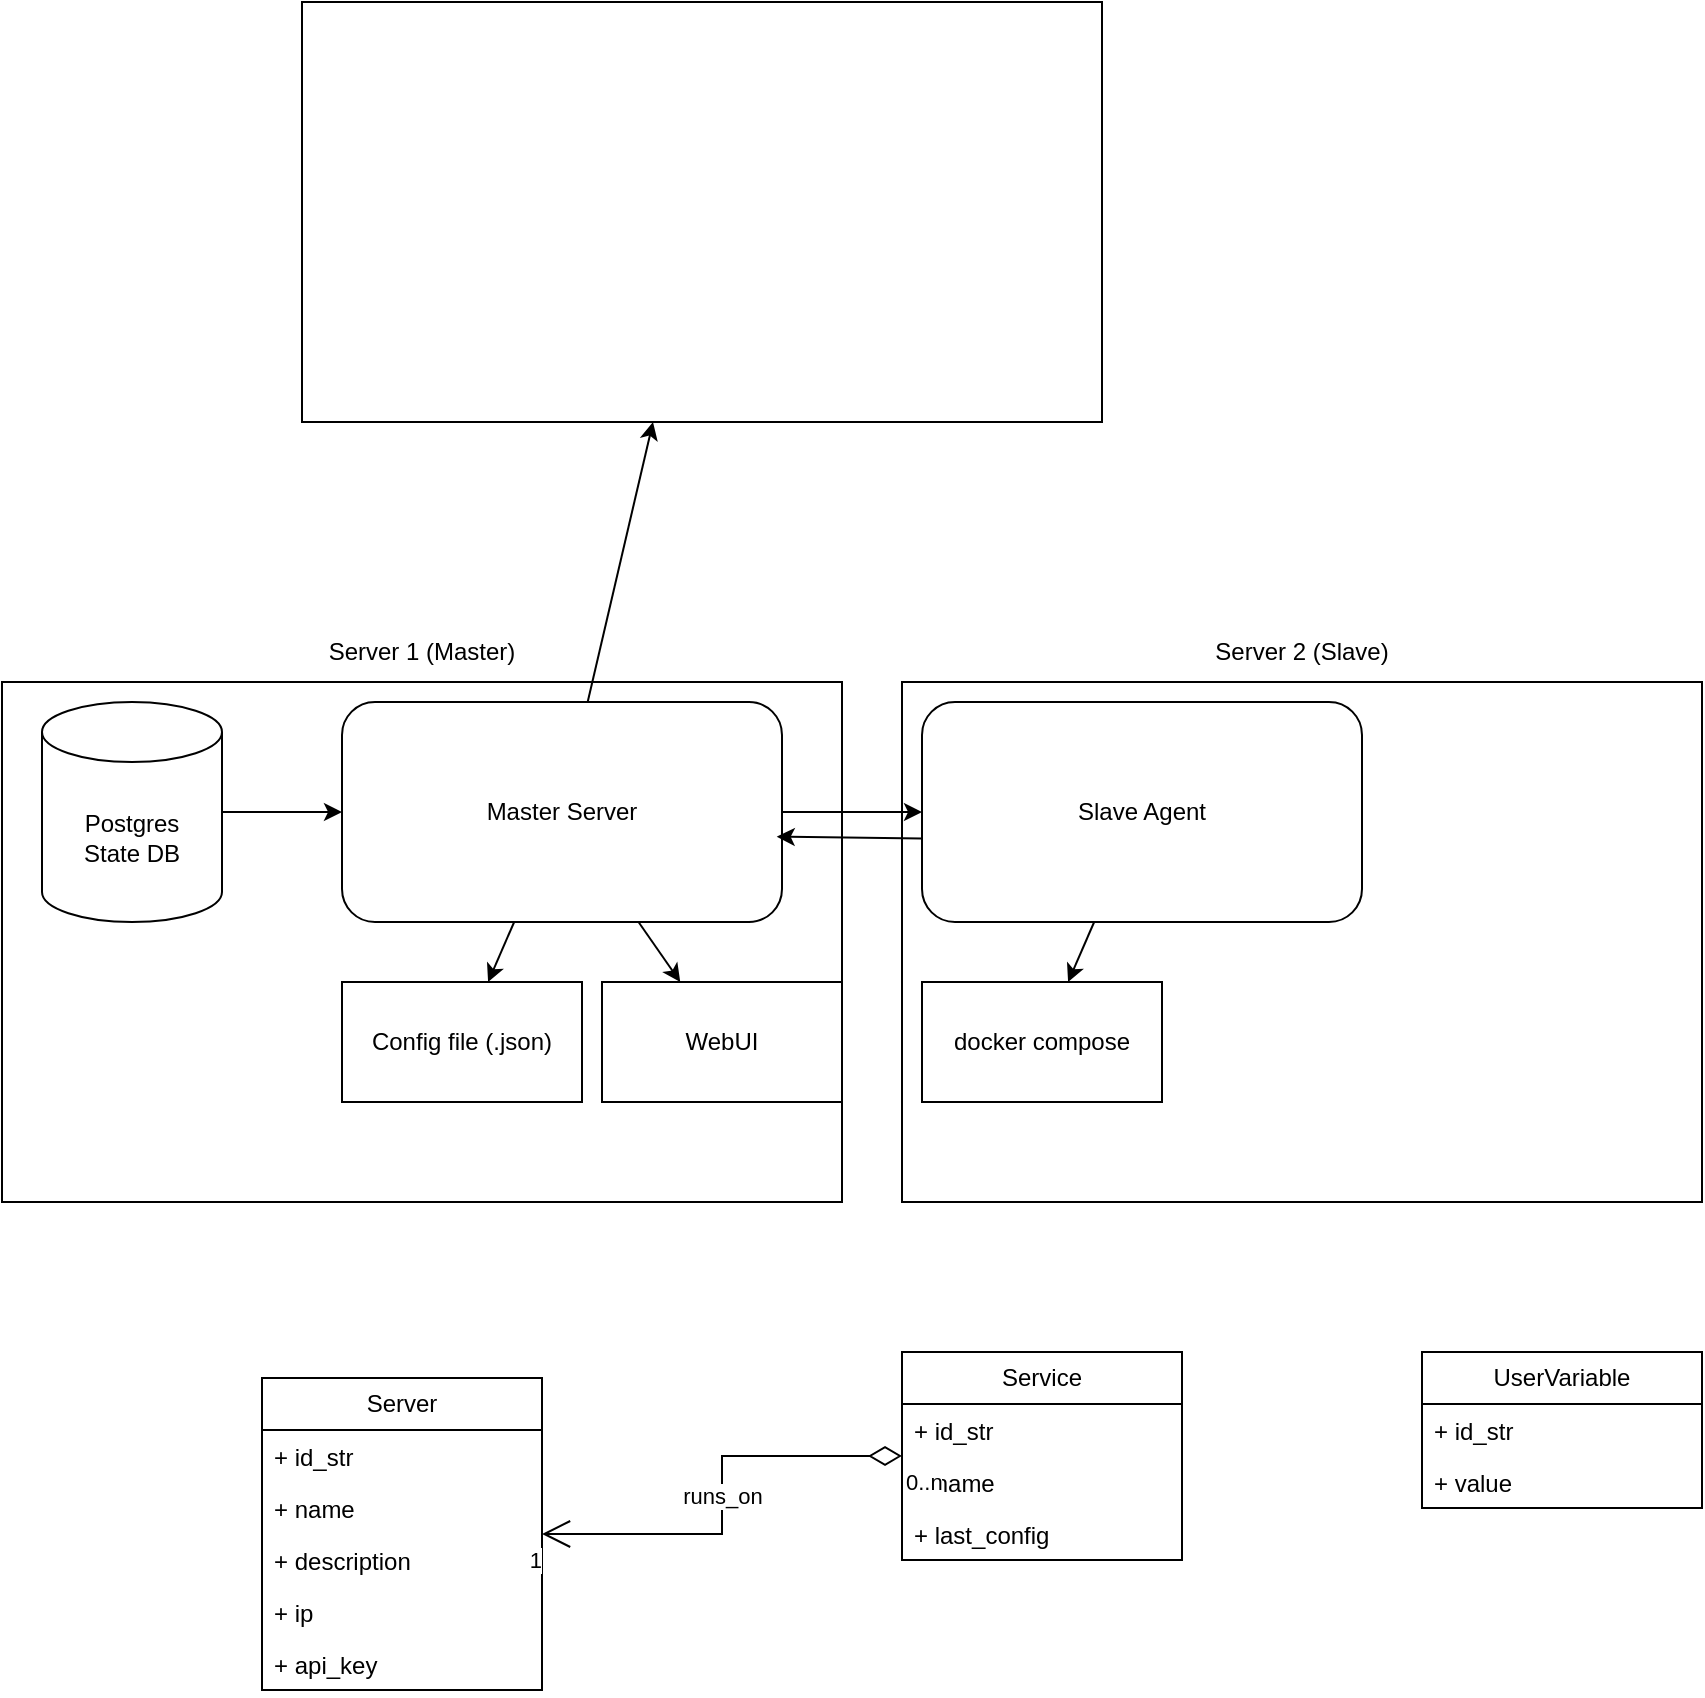
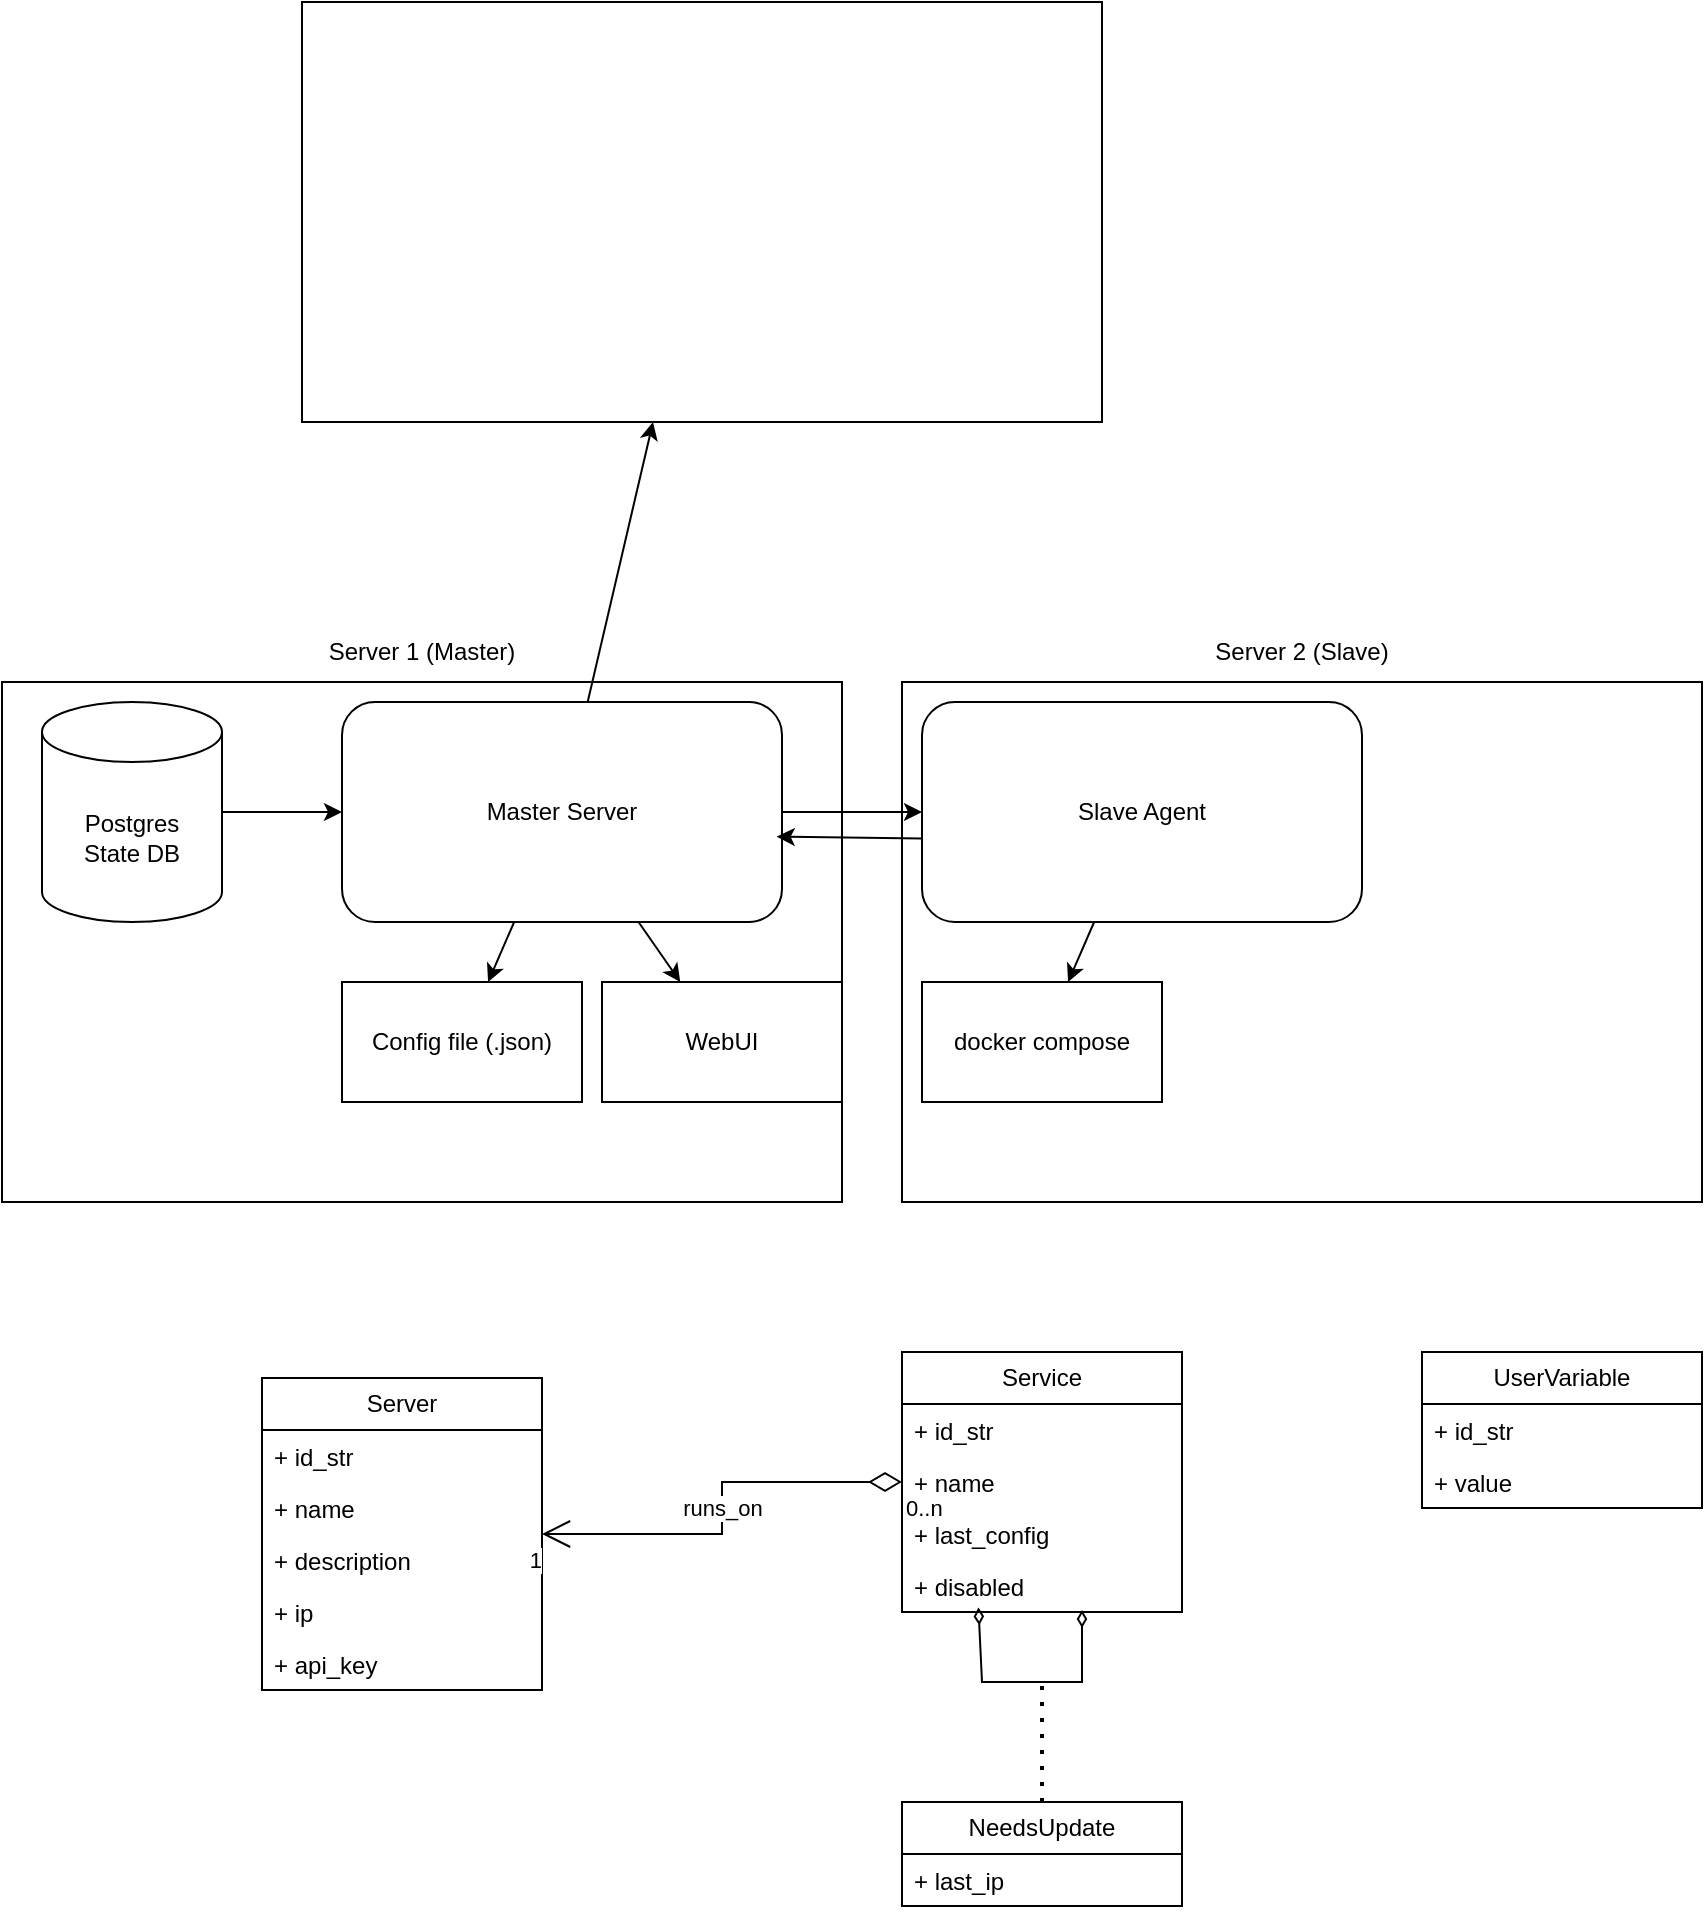
<mxfile host="Electron">
  <diagram name="Page-1" id="u04dbDLROSChQwQIIN78">
-     <mxGraphModel dx="1623" dy="1928" grid="1" gridSize="10" guides="1" tooltips="1" connect="1" arrows="1" fold="1" page="1" pageScale="1" pageWidth="850" pageHeight="1100" math="0" shadow="0">
+     <mxGraphModel dx="357" dy="1666" grid="1" gridSize="10" guides="1" tooltips="1" connect="1" arrows="1" fold="1" page="1" pageScale="1" pageWidth="850" pageHeight="1100" math="0" shadow="0">
      <root>
        <mxCell id="0" />
        <mxCell id="1" parent="0" />
        <mxCell id="9iV64V9ao0oustIcTG5U-1" parent="1" style="rounded=0;whiteSpace=wrap;html=1;" value="" vertex="1">
          <mxGeometry height="260" width="420" y="160" as="geometry" />
        </mxCell>
        <mxCell id="7rpz_S_4JCBHVgRM38Kg-1" parent="1" style="shape=cylinder3;whiteSpace=wrap;html=1;boundedLbl=1;backgroundOutline=1;size=15;" value="Postgres&lt;div&gt;State DB&lt;/div&gt;" vertex="1">
          <mxGeometry height="110" width="90" x="20" y="170" as="geometry" />
        </mxCell>
        <mxCell id="9iV64V9ao0oustIcTG5U-2" parent="1" style="text;html=1;whiteSpace=wrap;strokeColor=none;fillColor=none;align=center;verticalAlign=middle;rounded=0;" value="Server 1 (Master)" vertex="1">
          <mxGeometry height="30" width="420" y="130" as="geometry" />
        </mxCell>
        <mxCell id="9iV64V9ao0oustIcTG5U-3" edge="1" parent="1" source="9iV64V9ao0oustIcTG5U-4" style="endArrow=classic;html=1;rounded=0;" value="">
          <mxGeometry height="50" relative="1" width="50" as="geometry">
            <mxPoint x="140" y="240" as="sourcePoint" />
            <mxPoint x="219" y="226" as="targetPoint" />
          </mxGeometry>
        </mxCell>
        <mxCell id="9iV64V9ao0oustIcTG5U-5" edge="1" parent="1" source="7rpz_S_4JCBHVgRM38Kg-1" style="endArrow=classic;html=1;rounded=0;" target="9iV64V9ao0oustIcTG5U-4" value="">
          <mxGeometry height="50" relative="1" width="50" as="geometry">
            <mxPoint x="110" y="225" as="sourcePoint" />
            <mxPoint x="219" y="226" as="targetPoint" />
          </mxGeometry>
        </mxCell>
        <mxCell id="9iV64V9ao0oustIcTG5U-4" parent="1" style="rounded=1;whiteSpace=wrap;html=1;" value="Master Server" vertex="1">
          <mxGeometry height="110" width="220" x="170" y="170" as="geometry" />
        </mxCell>
        <mxCell id="9iV64V9ao0oustIcTG5U-8" parent="1" style="rounded=0;whiteSpace=wrap;html=1;" value="Config file (.json)" vertex="1">
          <mxGeometry height="60" width="120" x="170" y="310" as="geometry" />
        </mxCell>
        <mxCell id="9iV64V9ao0oustIcTG5U-9" edge="1" parent="1" source="9iV64V9ao0oustIcTG5U-4" style="endArrow=classic;html=1;rounded=0;" target="9iV64V9ao0oustIcTG5U-8" value="">
          <mxGeometry height="50" relative="1" width="50" as="geometry">
            <mxPoint x="230" y="240" as="sourcePoint" />
            <mxPoint x="280" y="190" as="targetPoint" />
          </mxGeometry>
        </mxCell>
        <mxCell id="9iV64V9ao0oustIcTG5U-10" parent="1" style="rounded=0;whiteSpace=wrap;html=1;" value="WebUI" vertex="1">
          <mxGeometry height="60" width="120" x="300" y="310" as="geometry" />
        </mxCell>
        <mxCell id="9iV64V9ao0oustIcTG5U-11" edge="1" parent="1" source="9iV64V9ao0oustIcTG5U-4" style="endArrow=classic;html=1;rounded=0;" target="9iV64V9ao0oustIcTG5U-10" value="">
          <mxGeometry height="50" relative="1" width="50" as="geometry">
            <mxPoint x="253" y="290" as="sourcePoint" />
            <mxPoint x="240" y="320" as="targetPoint" />
          </mxGeometry>
        </mxCell>
        <mxCell id="9iV64V9ao0oustIcTG5U-12" edge="1" parent="1" source="9iV64V9ao0oustIcTG5U-4" style="endArrow=classic;html=1;rounded=0;" target="9iV64V9ao0oustIcTG5U-13" value="">
          <mxGeometry height="50" relative="1" width="50" as="geometry">
            <mxPoint x="310" y="170" as="sourcePoint" />
            <mxPoint x="340" y="30" as="targetPoint" />
          </mxGeometry>
        </mxCell>
        <mxCell id="9iV64V9ao0oustIcTG5U-13" parent="1" style="rounded=0;whiteSpace=wrap;html=1;" value="" vertex="1">
          <mxGeometry height="210" width="400" x="150" y="-180" as="geometry" />
        </mxCell>
        <mxCell id="9iV64V9ao0oustIcTG5U-15" parent="1" style="swimlane;fontStyle=0;childLayout=stackLayout;horizontal=1;startSize=26;fillColor=none;horizontalStack=0;resizeParent=1;resizeParentMax=0;resizeLast=0;collapsible=1;marginBottom=0;whiteSpace=wrap;html=1;" value="Server" vertex="1">
          <mxGeometry height="156" width="140" x="130" y="508" as="geometry" />
        </mxCell>
        <mxCell id="9iV64V9ao0oustIcTG5U-16" parent="9iV64V9ao0oustIcTG5U-15" style="text;strokeColor=none;fillColor=none;align=left;verticalAlign=top;spacingLeft=4;spacingRight=4;overflow=hidden;rotatable=0;points=[[0,0.5],[1,0.5]];portConstraint=eastwest;whiteSpace=wrap;html=1;" value="+ id_str" vertex="1">
          <mxGeometry height="26" width="140" y="26" as="geometry" />
        </mxCell>
        <mxCell id="QAZGeB9ZXG2ebW3zgeek-1" parent="9iV64V9ao0oustIcTG5U-15" style="text;strokeColor=none;fillColor=none;align=left;verticalAlign=top;spacingLeft=4;spacingRight=4;overflow=hidden;rotatable=0;points=[[0,0.5],[1,0.5]];portConstraint=eastwest;whiteSpace=wrap;html=1;" value="+ name" vertex="1">
          <mxGeometry height="26" width="140" y="52" as="geometry" />
        </mxCell>
        <mxCell id="9iV64V9ao0oustIcTG5U-17" parent="9iV64V9ao0oustIcTG5U-15" style="text;strokeColor=none;fillColor=none;align=left;verticalAlign=top;spacingLeft=4;spacingRight=4;overflow=hidden;rotatable=0;points=[[0,0.5],[1,0.5]];portConstraint=eastwest;whiteSpace=wrap;html=1;" value="+ description" vertex="1">
          <mxGeometry height="26" width="140" y="78" as="geometry" />
        </mxCell>
        <mxCell id="9iV64V9ao0oustIcTG5U-48" parent="9iV64V9ao0oustIcTG5U-15" style="text;strokeColor=none;fillColor=none;align=left;verticalAlign=top;spacingLeft=4;spacingRight=4;overflow=hidden;rotatable=0;points=[[0,0.5],[1,0.5]];portConstraint=eastwest;whiteSpace=wrap;html=1;" value="+ ip" vertex="1">
          <mxGeometry height="26" width="140" y="104" as="geometry" />
        </mxCell>
        <mxCell id="zuQy0vujCF-uNrh0Xsyj-1" parent="9iV64V9ao0oustIcTG5U-15" style="text;strokeColor=none;fillColor=none;align=left;verticalAlign=top;spacingLeft=4;spacingRight=4;overflow=hidden;rotatable=0;points=[[0,0.5],[1,0.5]];portConstraint=eastwest;whiteSpace=wrap;html=1;" value="+ api_key" vertex="1">
          <mxGeometry height="26" width="140" y="130" as="geometry" />
        </mxCell>
        <mxCell id="9iV64V9ao0oustIcTG5U-19" parent="1" style="swimlane;fontStyle=0;childLayout=stackLayout;horizontal=1;startSize=26;fillColor=none;horizontalStack=0;resizeParent=1;resizeParentMax=0;resizeLast=0;collapsible=1;marginBottom=0;whiteSpace=wrap;html=1;" value="Service" vertex="1">
-           <mxGeometry height="104" width="140" x="450" y="495" as="geometry" />
+           <mxGeometry height="130" width="140" x="450" y="495" as="geometry" />
        </mxCell>
        <mxCell id="9iV64V9ao0oustIcTG5U-20" parent="9iV64V9ao0oustIcTG5U-19" style="text;strokeColor=none;fillColor=none;align=left;verticalAlign=top;spacingLeft=4;spacingRight=4;overflow=hidden;rotatable=0;points=[[0,0.5],[1,0.5]];portConstraint=eastwest;whiteSpace=wrap;html=1;" value="+ id_str" vertex="1">
          <mxGeometry height="26" width="140" y="26" as="geometry" />
        </mxCell>
        <mxCell id="9iV64V9ao0oustIcTG5U-23" parent="9iV64V9ao0oustIcTG5U-19" style="text;strokeColor=none;fillColor=none;align=left;verticalAlign=top;spacingLeft=4;spacingRight=4;overflow=hidden;rotatable=0;points=[[0,0.5],[1,0.5]];portConstraint=eastwest;whiteSpace=wrap;html=1;" value="+ name" vertex="1">
          <mxGeometry height="26" width="140" y="52" as="geometry" />
        </mxCell>
        <mxCell id="9iV64V9ao0oustIcTG5U-21" parent="9iV64V9ao0oustIcTG5U-19" style="text;strokeColor=none;fillColor=none;align=left;verticalAlign=top;spacingLeft=4;spacingRight=4;overflow=hidden;rotatable=0;points=[[0,0.5],[1,0.5]];portConstraint=eastwest;whiteSpace=wrap;html=1;" value="+ last_config" vertex="1">
          <mxGeometry height="26" width="140" y="78" as="geometry" />
+         </mxCell>
+         <mxCell id="6m8BK-Do53RptJvPzUIa-1" parent="9iV64V9ao0oustIcTG5U-19" style="text;strokeColor=none;fillColor=none;align=left;verticalAlign=top;spacingLeft=4;spacingRight=4;overflow=hidden;rotatable=0;points=[[0,0.5],[1,0.5]];portConstraint=eastwest;whiteSpace=wrap;html=1;" value="+ disabled" vertex="1">
+           <mxGeometry height="26" width="140" y="104" as="geometry" />
+         </mxCell>
+         <mxCell id="G8093VhMWsRlcPeueSHj-9" edge="1" parent="9iV64V9ao0oustIcTG5U-19" style="endArrow=diamondThin;html=1;rounded=0;entryX=0.273;entryY=0.912;entryDx=0;entryDy=0;entryPerimeter=0;startArrow=diamondThin;startFill=0;endFill=0;" target="6m8BK-Do53RptJvPzUIa-1" value=" ">
+           <mxGeometry height="50" relative="1" width="50" as="geometry">
+             <Array as="points">
+               <mxPoint x="90" y="165" />
+               <mxPoint x="40" y="165" />
+             </Array>
+             <mxPoint x="90" y="129" as="sourcePoint" />
+             <mxPoint x="50" y="165" as="targetPoint" />
+           </mxGeometry>
        </mxCell>
        <mxCell id="9iV64V9ao0oustIcTG5U-33" parent="1" style="swimlane;fontStyle=0;childLayout=stackLayout;horizontal=1;startSize=26;fillColor=none;horizontalStack=0;resizeParent=1;resizeParentMax=0;resizeLast=0;collapsible=1;marginBottom=0;whiteSpace=wrap;html=1;" value="UserVariable" vertex="1">
          <mxGeometry height="78" width="140" x="710" y="495" as="geometry" />
        </mxCell>
        <mxCell id="9iV64V9ao0oustIcTG5U-34" parent="9iV64V9ao0oustIcTG5U-33" style="text;strokeColor=none;fillColor=none;align=left;verticalAlign=top;spacingLeft=4;spacingRight=4;overflow=hidden;rotatable=0;points=[[0,0.5],[1,0.5]];portConstraint=eastwest;whiteSpace=wrap;html=1;" value="+ id_str" vertex="1">
          <mxGeometry height="26" width="140" y="26" as="geometry" />
        </mxCell>
        <mxCell id="9iV64V9ao0oustIcTG5U-35" parent="9iV64V9ao0oustIcTG5U-33" style="text;strokeColor=none;fillColor=none;align=left;verticalAlign=top;spacingLeft=4;spacingRight=4;overflow=hidden;rotatable=0;points=[[0,0.5],[1,0.5]];portConstraint=eastwest;whiteSpace=wrap;html=1;" value="+ value" vertex="1">
          <mxGeometry height="26" width="140" y="52" as="geometry" />
        </mxCell>
        <mxCell id="9iV64V9ao0oustIcTG5U-37" edge="1" parent="1" source="9iV64V9ao0oustIcTG5U-19" style="endArrow=open;html=1;endSize=12;startArrow=diamondThin;startSize=14;startFill=0;edgeStyle=orthogonalEdgeStyle;rounded=0;" target="9iV64V9ao0oustIcTG5U-15" value="runs_on">
          <mxGeometry relative="1" as="geometry">
            <mxPoint x="300" y="670" as="sourcePoint" />
            <mxPoint x="460" y="670" as="targetPoint" />
          </mxGeometry>
        </mxCell>
        <mxCell id="9iV64V9ao0oustIcTG5U-38" connectable="0" parent="9iV64V9ao0oustIcTG5U-37" style="edgeLabel;resizable=0;html=1;align=left;verticalAlign=top;" value="0..n" vertex="1">
          <mxGeometry relative="1" x="-1" as="geometry" />
        </mxCell>
        <mxCell id="9iV64V9ao0oustIcTG5U-39" connectable="0" parent="9iV64V9ao0oustIcTG5U-37" style="edgeLabel;resizable=0;html=1;align=right;verticalAlign=top;" value="1" vertex="1">
          <mxGeometry relative="1" x="1" as="geometry" />
        </mxCell>
        <mxCell id="9iV64V9ao0oustIcTG5U-40" parent="1" style="rounded=0;whiteSpace=wrap;html=1;" value="" vertex="1">
          <mxGeometry height="260" width="400" x="450" y="160" as="geometry" />
        </mxCell>
        <mxCell id="9iV64V9ao0oustIcTG5U-41" parent="1" style="text;html=1;whiteSpace=wrap;strokeColor=none;fillColor=none;align=center;verticalAlign=middle;rounded=0;" value="Server 2 (Slave)" vertex="1">
          <mxGeometry height="30" width="400" x="450" y="130" as="geometry" />
        </mxCell>
        <mxCell id="9iV64V9ao0oustIcTG5U-42" parent="1" style="rounded=1;whiteSpace=wrap;html=1;" value="Slave Agent" vertex="1">
          <mxGeometry height="110" width="220" x="460" y="170" as="geometry" />
        </mxCell>
        <mxCell id="9iV64V9ao0oustIcTG5U-43" edge="1" parent="1" source="9iV64V9ao0oustIcTG5U-4" style="endArrow=classic;html=1;rounded=0;" target="9iV64V9ao0oustIcTG5U-42" value="">
          <mxGeometry height="50" relative="1" width="50" as="geometry">
            <mxPoint x="330" y="290" as="sourcePoint" />
            <mxPoint x="351" y="320" as="targetPoint" />
          </mxGeometry>
        </mxCell>
        <mxCell id="9iV64V9ao0oustIcTG5U-44" edge="1" parent="1" source="9iV64V9ao0oustIcTG5U-42" style="endArrow=classic;html=1;rounded=0;entryX=0.988;entryY=0.612;entryDx=0;entryDy=0;entryPerimeter=0;exitX=-0.001;exitY=0.621;exitDx=0;exitDy=0;exitPerimeter=0;" target="9iV64V9ao0oustIcTG5U-4" value="">
          <mxGeometry height="50" relative="1" width="50" as="geometry">
            <mxPoint x="410" y="220" as="sourcePoint" />
            <mxPoint x="480" y="220" as="targetPoint" />
          </mxGeometry>
        </mxCell>
        <mxCell id="9iV64V9ao0oustIcTG5U-45" parent="1" style="rounded=0;whiteSpace=wrap;html=1;" value="docker compose" vertex="1">
          <mxGeometry height="60" width="120" x="460" y="310" as="geometry" />
        </mxCell>
        <mxCell id="9iV64V9ao0oustIcTG5U-47" edge="1" parent="1" source="9iV64V9ao0oustIcTG5U-42" style="endArrow=classic;html=1;rounded=0;" target="9iV64V9ao0oustIcTG5U-45" value="">
          <mxGeometry height="50" relative="1" width="50" as="geometry">
            <mxPoint x="330" y="300" as="sourcePoint" />
            <mxPoint x="351" y="330" as="targetPoint" />
          </mxGeometry>
        </mxCell>
+         <mxCell id="G8093VhMWsRlcPeueSHj-1" parent="1" style="swimlane;fontStyle=0;childLayout=stackLayout;horizontal=1;startSize=26;fillColor=none;horizontalStack=0;resizeParent=1;resizeParentMax=0;resizeLast=0;collapsible=1;marginBottom=0;whiteSpace=wrap;html=1;" value="NeedsUpdate" vertex="1">
+           <mxGeometry height="52" width="140" x="450" y="720" as="geometry" />
+         </mxCell>
+         <mxCell id="G8093VhMWsRlcPeueSHj-4" parent="G8093VhMWsRlcPeueSHj-1" style="text;strokeColor=none;fillColor=none;align=left;verticalAlign=top;spacingLeft=4;spacingRight=4;overflow=hidden;rotatable=0;points=[[0,0.5],[1,0.5]];portConstraint=eastwest;whiteSpace=wrap;html=1;" value="+ last_ip" vertex="1">
+           <mxGeometry height="26" width="140" y="26" as="geometry" />
+         </mxCell>
+         <mxCell id="G8093VhMWsRlcPeueSHj-11" edge="1" parent="1" source="G8093VhMWsRlcPeueSHj-1" style="endArrow=none;dashed=1;html=1;dashPattern=1 3;strokeWidth=2;rounded=0;exitX=0.5;exitY=0;exitDx=0;exitDy=0;" value="">
+           <mxGeometry height="50" relative="1" width="50" as="geometry">
+             <mxPoint x="470" y="710" as="sourcePoint" />
+             <mxPoint x="520" y="660" as="targetPoint" />
+           </mxGeometry>
+         </mxCell>
      </root>
    </mxGraphModel>
  </diagram>
</mxfile>
